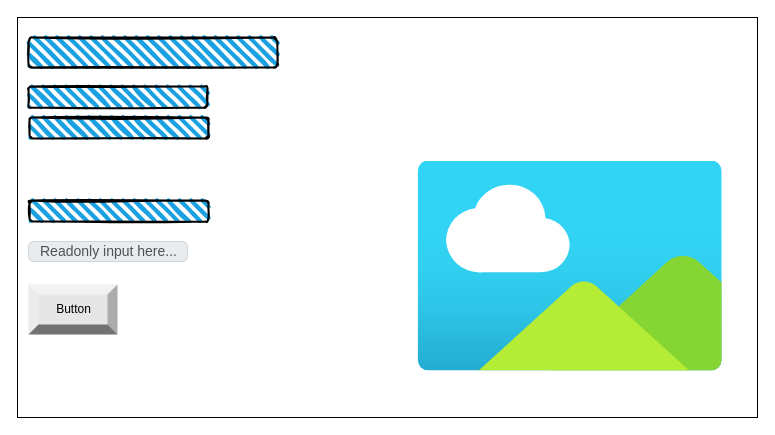
Earlier version of the draw.io diagram page "Page-1" (1 of 2) of design/story-board.drawio (ekaterina-chernykh/ICS20-Unit-6-02). Source tidied: cells renumbered, new cells numbered last; positions are measured from the earlier drawing's top-left corner, leaving out a move shared by most shapes. Both pictures are drawn from the tidied source at 100%, with x=0, y=0 at pixel (17, 17).
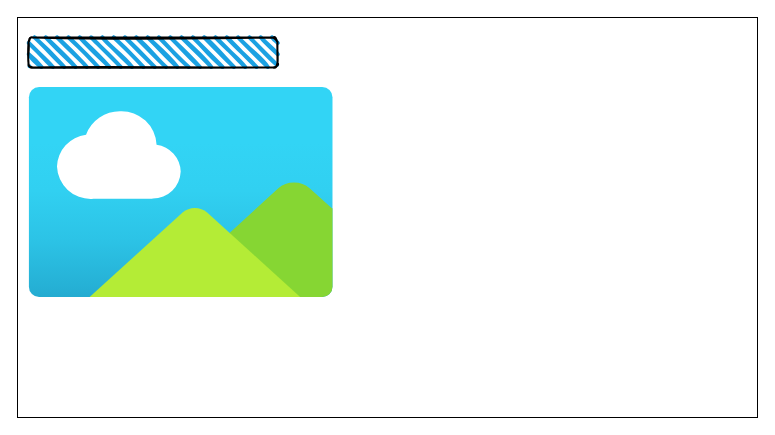
Above is the later version.

Change to the diagram source:
```diff
@@
 <mxGraphModel>
   <root>
     <mxCell id="0" />
     <mxCell id="1" parent="0" />
     <mxCell id="2" style="rounded=0;whiteSpace=wrap;html=1;" parent="1" vertex="1">
       <mxGeometry width="740" height="400" as="geometry" />
     </mxCell>
     <mxCell id="3" style="rounded=1;whiteSpace=wrap;html=1;strokeWidth=2;fillWeight=4;hachureGap=8;hachureAngle=45;fillColor=#1ba1e2;sketch=1;" parent="1" vertex="1">
       <mxGeometry x="11" y="20" width="249" height="30" as="geometry" />
     </mxCell>
-    <mxCell id="4" style="rounded=1;whiteSpace=wrap;html=1;strokeWidth=2;fillWeight=4;hachureGap=8;hachureAngle=45;fillColor=#1ba1e2;sketch=1;" parent="1" vertex="1">
-      <mxGeometry x="12" y="100" width="179" height="21" as="geometry" />
-    </mxCell>
-    <mxCell id="5" style="rounded=1;whiteSpace=wrap;html=1;strokeWidth=2;fillWeight=4;hachureGap=8;hachureAngle=45;fillColor=#1ba1e2;sketch=1;" parent="1" vertex="1">
-      <mxGeometry x="11" y="69" width="179" height="21" as="geometry" />
-    </mxCell>
-    <mxCell id="6" style="rounded=1;whiteSpace=wrap;html=1;strokeWidth=2;fillWeight=4;hachureGap=8;hachureAngle=45;fillColor=#1ba1e2;sketch=1;" parent="1" vertex="1">
-      <mxGeometry x="12" y="183" width="179" height="21" as="geometry" />
-    </mxCell>
-    <mxCell id="7" value="Readonly input here..." style="html=1;shadow=0;dashed=0;shape=mxgraph.bootstrap.rrect;rSize=5;strokeColor=#CED4DA;strokeWidth=1;fillColor=#E9ECEF;fontColor=#505050;whiteSpace=wrap;align=left;verticalAlign=middle;spacingLeft=10;fontSize=14;" parent="1" vertex="1">
-      <mxGeometry x="11" y="224" width="159" height="20" as="geometry" />
-    </mxCell>
-    <mxCell id="8" value="Button" style="labelPosition=center;verticalLabelPosition=middle;align=center;html=1;shape=mxgraph.basic.shaded_button;dx=10;fillColor=#E6E6E6;strokeColor=none;" parent="1" vertex="1">
-      <mxGeometry x="11" y="267" width="89" height="50" as="geometry" />
-    </mxCell>
     <mxCell id="9" style="html=1;align=center;image;fontSize=12;image=img/lib/azure2/general/Image.svg;fillColor=#BA6D07;" parent="1" vertex="1">
-      <mxGeometry x="400" y="143.5" width="305.4" height="210" as="geometry" />
+      <mxGeometry x="11" y="70" width="305.4" height="210" as="geometry" />
     </mxCell>
   </root>
 </mxGraphModel>
```
